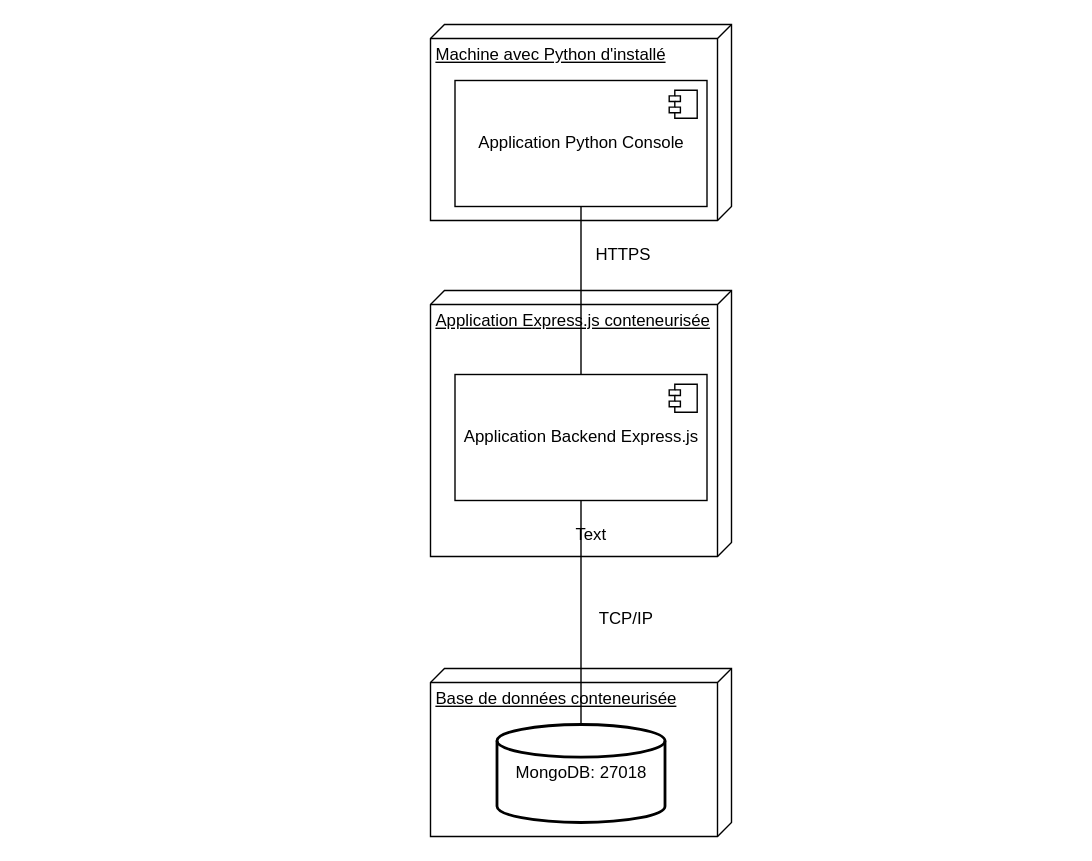
This is docs/UML/diag_vue_deploiement.drawio from PraMaks/LOG430_Labo_0, a draw.io file, before an edit. Source tidied: cells renumbered, new cells numbered last; positions are measured from the earlier drawing's top-left corner, leaving out a move shared by most shapes. Both pictures are drawn from the tidied source at 140%, with x=0, y=0 at pixel (430, 24).
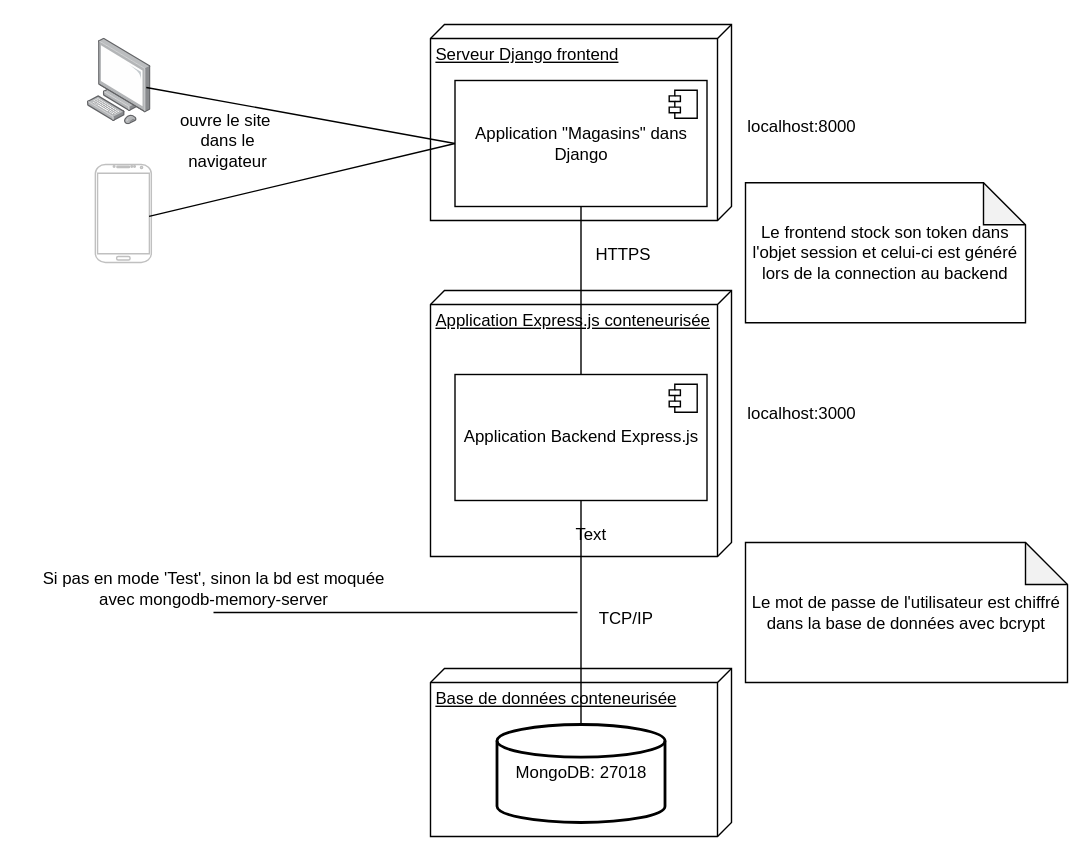
The same page after the edit.

The edit, as a diff of the source:
```diff
@@
-    <mxCell id="7" value="Machine avec Python d'installé" style="verticalAlign=top;align=left;spacingTop=8;spacingLeft=2;spacingRight=12;shape=cube;size=10;direction=south;fontStyle=4;html=1;whiteSpace=wrap;" parent="1" vertex="1">
+    <mxCell id="7" value="Serveur Django frontend" style="verticalAlign=top;align=left;spacingTop=8;spacingLeft=2;spacingRight=12;shape=cube;size=10;direction=south;fontStyle=4;html=1;whiteSpace=wrap;" parent="1" vertex="1">
       <mxGeometry width="215" height="140" as="geometry" />
     </mxCell>
-    <mxCell id="8" value="Application Python Console" style="html=1;whiteSpace=wrap;" parent="1" vertex="1">
+    <mxCell id="8" value="Application &quot;Magasins&quot; dans Django" style="html=1;whiteSpace=wrap;" parent="1" vertex="1">
       <mxGeometry x="17.5" y="40" width="180" height="90" as="geometry" />
     </mxCell>
@@
+    <mxCell id="15" value="localhost:8000&lt;div&gt;&lt;br&gt;&lt;/div&gt;" style="text;html=1;align=center;verticalAlign=middle;strokeColor=none;fillColor=none;" parent="1" vertex="1">
+      <mxGeometry x="215" y="60" width="100" height="40" as="geometry" />
+    </mxCell>
+    <mxCell id="16" value="localhost:3000&lt;div&gt;&lt;br&gt;&lt;/div&gt;" style="text;html=1;align=center;verticalAlign=middle;strokeColor=none;fillColor=none;" parent="1" vertex="1">
+      <mxGeometry x="215" y="265" width="100" height="40" as="geometry" />
+    </mxCell>
+    <mxCell id="17" style="image;points=[];html=1;align=center;shadow=0;dashed=0;image=img/lib/allied_telesis/computer_and_terminals/Personal_Computer.svg;" parent="1" vertex="1">
+      <mxGeometry x="-245" y="10" width="45.6" height="61.8" as="geometry" />
+    </mxCell>
+    <mxCell id="18" style="verticalLabelPosition=bottom;verticalAlign=top;html=1;shadow=0;dashed=0;strokeWidth=1;shape=mxgraph.android.phone2;strokeColor=#c0c0c0;" parent="1" vertex="1">
+      <mxGeometry x="-239.4" y="100" width="40" height="70" as="geometry" />
+    </mxCell>
+    <mxCell id="19" style="endArrow=none;html=1;rounded=0;entryX=0;entryY=0.5;entryDx=0;entryDy=0;exitX=0.96;exitY=0.529;exitDx=0;exitDy=0;exitPerimeter=0;" parent="1" edge="1" source="18" target="8">
+      <mxGeometry relative="1" as="geometry" />
+    </mxCell>
+    <mxCell id="20" style="endArrow=none;html=1;rounded=0;entryX=0;entryY=0.5;entryDx=0;entryDy=0;exitX=0.921;exitY=0.566;exitDx=0;exitDy=0;exitPerimeter=0;" parent="1" edge="1" source="17" target="8">
+      <mxGeometry relative="1" as="geometry" />
+    </mxCell>
+    <mxCell id="21" value="ouvre le site&amp;nbsp;&lt;div&gt;dans le&lt;/div&gt;&lt;div&gt;navigateur&lt;/div&gt;" style="text;html=1;align=center;verticalAlign=middle;strokeColor=none;fillColor=none;" parent="1" vertex="1">
+      <mxGeometry x="-190" y="53" width="90" height="60" as="geometry" />
+    </mxCell>
+    <mxCell id="22" value="Le frontend stock son token dans l'objet session et celui-ci est généré lors de la connection au backend" style="shape=note;whiteSpace=wrap;html=1;backgroundOutline=1;darkOpacity=0.05;" parent="1" vertex="1">
+      <mxGeometry x="225" y="113" width="200" height="100" as="geometry" />
+    </mxCell>
+    <mxCell id="23" value="Le mot de passe de l'utilisateur est chiffré dans la base de données avec bcrypt" style="shape=note;whiteSpace=wrap;html=1;backgroundOutline=1;darkOpacity=0.05;" parent="1" vertex="1">
+      <mxGeometry x="225" y="370" width="230" height="100" as="geometry" />
+    </mxCell>
+    <mxCell id="24" style="endArrow=none;html=1;rounded=0;" parent="1" edge="1">
+      <mxGeometry relative="1" as="geometry">
+        <mxPoint x="-155" y="420" as="sourcePoint" />
+        <mxPoint x="105" y="420" as="targetPoint" />
+      </mxGeometry>
+    </mxCell>
+    <mxCell id="25" value="Si pas en mode 'Test', sinon la bd est moquée&lt;div&gt;avec&amp;nbsp;mongodb-memory-server&lt;/div&gt;" style="text;html=1;align=center;verticalAlign=middle;strokeColor=none;fillColor=none;" parent="1" vertex="1">
+      <mxGeometry x="-290" y="383" width="270" height="40" as="geometry" />
+    </mxCell>
```
